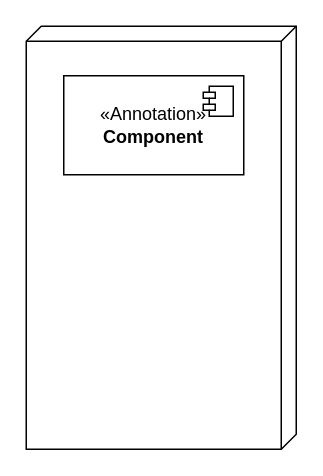
Above: Diagramme sans nom.drawio in ewan-delanoy/uml_diagram (draw.io), before the change. Source tidied: cells renumbered, new cells numbered last; positions are measured from the earlier drawing's top-left corner, leaving out a move shared by most shapes. Both pictures are drawn from the tidied source at 150%, with x=0, y=0 at pixel (26, 26).
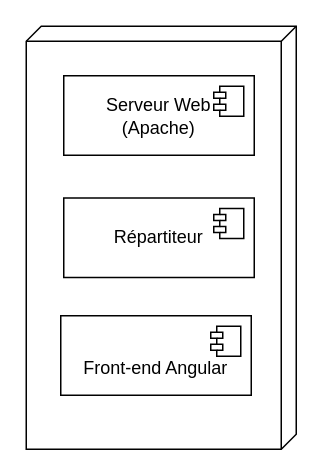
After the change.

The edit, as a diff of the source:
```diff
@@
 <mxGraphModel>
   <root>
     <mxCell id="0" />
     <mxCell id="1" parent="0" />
     <mxCell id="2" style="verticalAlign=top;align=left;spacingTop=8;spacingLeft=2;spacingRight=12;shape=cube;size=10;direction=south;fontStyle=4;html=1;whiteSpace=wrap;" parent="1" vertex="1">
       <mxGeometry width="180" height="282" as="geometry" />
     </mxCell>
-    <mxCell id="3" value="&amp;laquo;Annotation&amp;raquo;&lt;br/&gt;&lt;b&gt;Component&lt;/b&gt;" style="html=1;whiteSpace=wrap;" parent="1" vertex="1">
-      <mxGeometry x="25" y="33" width="120" height="66" as="geometry" />
+    <mxCell id="3" value="&lt;div&gt;Serveur Web&lt;/div&gt;&lt;div&gt;(Apache)&lt;br&gt;&lt;/div&gt;" style="html=1;whiteSpace=wrap;" parent="1" vertex="1">
+      <mxGeometry x="25" y="33" width="127" height="53" as="geometry" />
     </mxCell>
     <mxCell id="4" style="shape=module;jettyWidth=8;jettyHeight=4;" parent="3" vertex="1">
       <mxGeometry x="1" width="20" height="20" relative="1" as="geometry">
         <mxPoint x="-27" y="7" as="offset" />
       </mxGeometry>
     </mxCell>
     <mxCell id="5" style="edgeStyle=none;curved=1;rounded=0;orthogonalLoop=1;jettySize=auto;html=1;exitX=0.5;exitY=1;exitDx=0;exitDy=0;fontSize=12;startSize=8;endSize=8;" parent="1" edge="1" source="3" target="3">
       <mxGeometry relative="1" as="geometry" />
     </mxCell>
+    <mxCell id="6" value="Répartiteur" style="html=1;whiteSpace=wrap;" parent="1" vertex="1">
+      <mxGeometry x="25" y="114.5" width="127" height="53" as="geometry" />
+    </mxCell>
+    <mxCell id="7" style="shape=module;jettyWidth=8;jettyHeight=4;" parent="6" vertex="1">
+      <mxGeometry x="1" width="20" height="20" relative="1" as="geometry">
+        <mxPoint x="-27" y="7" as="offset" />
+      </mxGeometry>
+    </mxCell>
+    <mxCell id="8" value="&lt;div&gt;&lt;br&gt;&lt;/div&gt;&lt;div&gt;Front-end Angular&lt;/div&gt;" style="html=1;whiteSpace=wrap;" parent="1" vertex="1">
+      <mxGeometry x="23" y="193" width="127" height="53" as="geometry" />
+    </mxCell>
+    <mxCell id="9" style="shape=module;jettyWidth=8;jettyHeight=4;" parent="8" vertex="1">
+      <mxGeometry x="1" width="20" height="20" relative="1" as="geometry">
+        <mxPoint x="-27" y="7" as="offset" />
+      </mxGeometry>
+    </mxCell>
   </root>
 </mxGraphModel>
```
